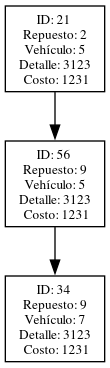
The Graphviz diagram Fase3/Reportes/BSL.png in CarlosdelCidUSAC/EDD-1S2025_202300625, before a commit. Its source is kept beside it as Fase3/reportedot/BSL.dot.
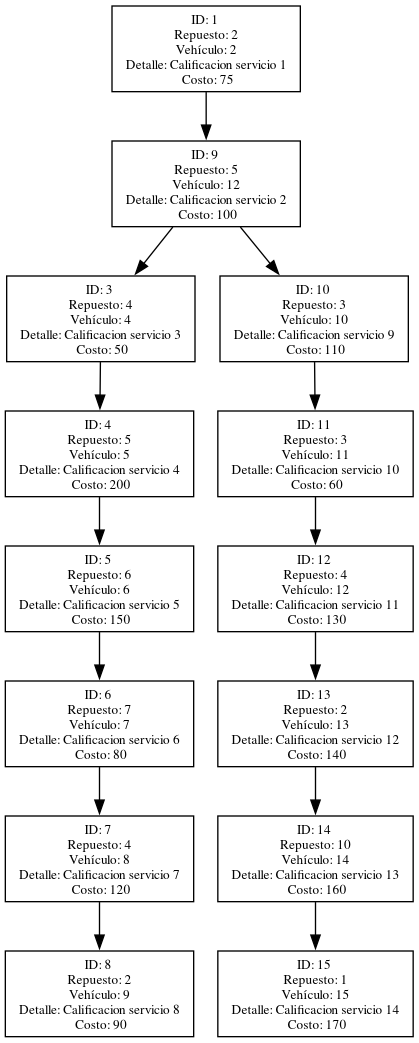
Above is the later version.

Change to the diagram source:
```diff
@@ -1,5 +1,16 @@
 digraph G {
 node [shape=record, fontsize=10];
-"ID: 21 \n Repuesto: 2 \n Vehículo: 5 \n Detalle: 3123 \n Costo: 1231" -> "ID: 56 \n Repuesto: 9 \n Vehículo: 5 \n Detalle: 3123 \n Costo: 1231";
-"ID: 56 \n Repuesto: 9 \n Vehículo: 5 \n Detalle: 3123 \n Costo: 1231" -> "ID: 34 \n Repuesto: 9 \n Vehículo: 7 \n Detalle: 3123 \n Costo: 1231";
+"ID: 1 \n Repuesto: 2 \n Vehículo: 2 \n Detalle: Calificacion servicio 1 \n Costo: 75" -> "ID: 9 \n Repuesto: 5 \n Vehículo: 12 \n Detalle: Calificacion servicio 2 \n Costo: 100";
+"ID: 9 \n Repuesto: 5 \n Vehículo: 12 \n Detalle: Calificacion servicio 2 \n Costo: 100" -> "ID: 3 \n Repuesto: 4 \n Vehículo: 4 \n Detalle: Calificacion servicio 3 \n Costo: 50";
+"ID: 3 \n Repuesto: 4 \n Vehículo: 4 \n Detalle: Calificacion servicio 3 \n Costo: 50" -> "ID: 4 \n Repuesto: 5 \n Vehículo: 5 \n Detalle: Calificacion servicio 4 \n Costo: 200";
+"ID: 4 \n Repuesto: 5 \n Vehículo: 5 \n Detalle: Calificacion servicio 4 \n Costo: 200" -> "ID: 5 \n Repuesto: 6 \n Vehículo: 6 \n Detalle: Calificacion servicio 5 \n Costo: 150";
+"ID: 5 \n Repuesto: 6 \n Vehículo: 6 \n Detalle: Calificacion servicio 5 \n Costo: 150" -> "ID: 6 \n Repuesto: 7 \n Vehículo: 7 \n Detalle: Calificacion servicio 6 \n Costo: 80";
+"ID: 6 \n Repuesto: 7 \n Vehículo: 7 \n Detalle: Calificacion servicio 6 \n Costo: 80" -> "ID: 7 \n Repuesto: 4 \n Vehículo: 8 \n Detalle: Calificacion servicio 7 \n Costo: 120";
+"ID: 7 \n Repuesto: 4 \n Vehículo: 8 \n Detalle: Calificacion servicio 7 \n Costo: 120" -> "ID: 8 \n Repuesto: 2 \n Vehículo: 9 \n Detalle: Calificacion servicio 8 \n Costo: 90";
+"ID: 9 \n Repuesto: 5 \n Vehículo: 12 \n Detalle: Calificacion servicio 2 \n Costo: 100" -> "ID: 10 \n Repuesto: 3 \n Vehículo: 10 \n Detalle: Calificacion servicio 9 \n Costo: 110";
+"ID: 10 \n Repuesto: 3 \n Vehículo: 10 \n Detalle: Calificacion servicio 9 \n Costo: 110" -> "ID: 11 \n Repuesto: 3 \n Vehículo: 11 \n Detalle: Calificacion servicio 10 \n Costo: 60";
+"ID: 11 \n Repuesto: 3 \n Vehículo: 11 \n Detalle: Calificacion servicio 10 \n Costo: 60" -> "ID: 12 \n Repuesto: 4 \n Vehículo: 12 \n Detalle: Calificacion servicio 11 \n Costo: 130";
+"ID: 12 \n Repuesto: 4 \n Vehículo: 12 \n Detalle: Calificacion servicio 11 \n Costo: 130" -> "ID: 13 \n Repuesto: 2 \n Vehículo: 13 \n Detalle: Calificacion servicio 12 \n Costo: 140";
+"ID: 13 \n Repuesto: 2 \n Vehículo: 13 \n Detalle: Calificacion servicio 12 \n Costo: 140" -> "ID: 14 \n Repuesto: 10 \n Vehículo: 14 \n Detalle: Calificacion servicio 13 \n Costo: 160";
+"ID: 14 \n Repuesto: 10 \n Vehículo: 14 \n Detalle: Calificacion servicio 13 \n Costo: 160" -> "ID: 15 \n Repuesto: 1 \n Vehículo: 15 \n Detalle: Calificacion servicio 14 \n Costo: 170";
 }
```
